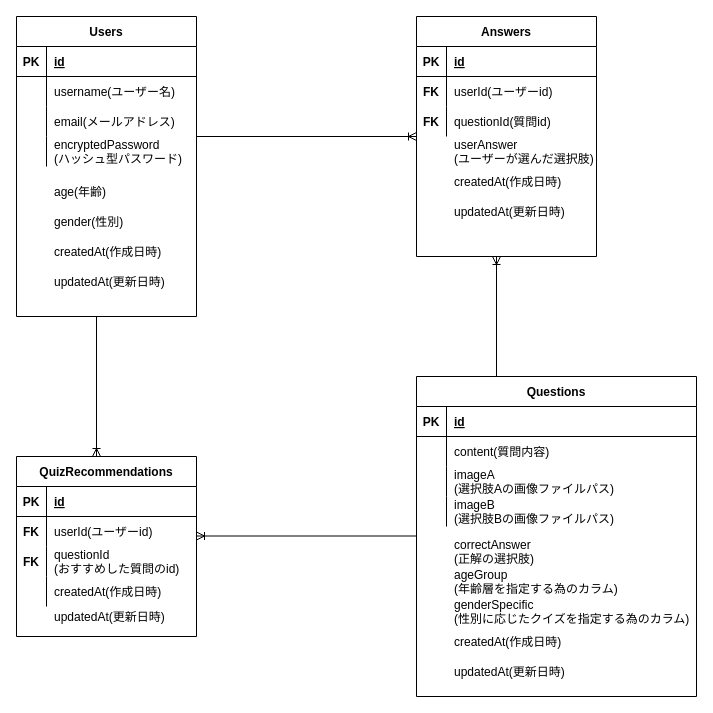
Before: ER図(本リリース版).drawio in jannah-n/graduation_exam, a draw.io diagram. Source tidied: cells renumbered, new cells numbered last; positions are measured from the earlier drawing's top-left corner, leaving out a move shared by most shapes. Both pictures are drawn from the tidied source at 100%, with x=0, y=0 at pixel (16, 16).
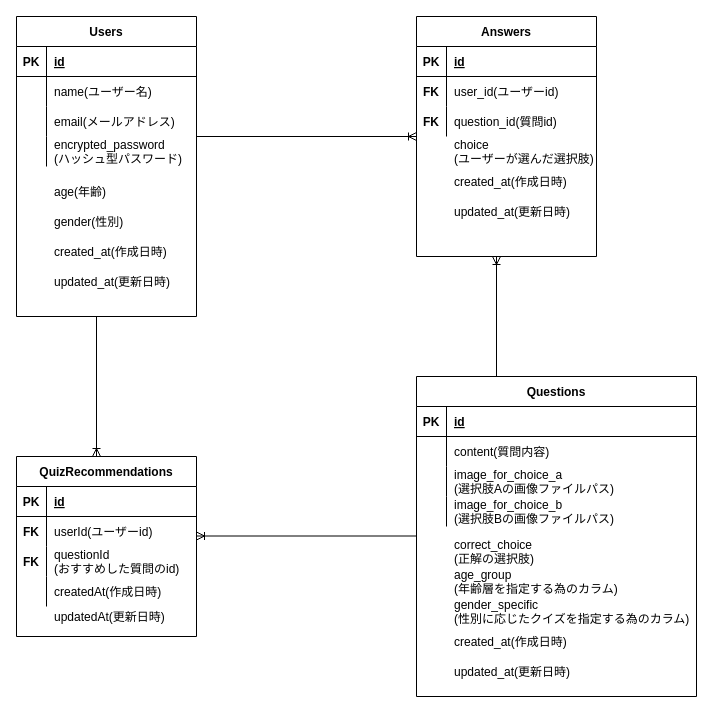
The same page after the edit.

Commit message (it also covers changes not shown here):
"ER図(MVPリリース版&本リリース版)のカラム名をスネークケースに統一" "一部のカラム名をより具体的に意味を表す名称に変更"

The change refers to these unchanged cells:
```xml
<mxCell id="2" style="group;" parent="1" vertex="1">
  <mxGeometry x="400" width="180" height="240" as="geometry" />
</mxCell>
<mxCell id="7" style="shape=tableRow;horizontal=0;startSize=0;swimlaneHead=0;swimlaneBody=0;fillColor=none;top=0;left=0;right=0;bottom=0;" parent="3" vertex="1">
  <mxGeometry y="60" width="180" height="30" as="geometry" />
</mxCell>
<mxCell id="10" style="shape=tableRow;horizontal=0;startSize=0;swimlaneHead=0;swimlaneBody=0;fillColor=none;top=0;left=0;right=0;bottom=0;" parent="3" vertex="1">
  <mxGeometry y="90" width="180" height="30" as="geometry" />
</mxCell>
<mxCell id="18" style="group;" parent="1" vertex="1">
  <mxGeometry width="180" height="300" as="geometry" />
</mxCell>
<mxCell id="23" style="shape=tableRow;horizontal=0;startSize=0;swimlaneHead=0;swimlaneBody=0;fillColor=none;top=0;left=0;right=0;bottom=0;" parent="19" vertex="1">
  <mxGeometry y="60" width="180" height="30" as="geometry" />
</mxCell>
<mxCell id="29" style="shape=tableRow;horizontal=0;startSize=0;swimlaneHead=0;swimlaneBody=0;fillColor=none;top=0;left=0;right=0;bottom=0;" parent="19" vertex="1">
  <mxGeometry y="120" width="180" height="30" as="geometry" />
</mxCell>
<mxCell id="36" style="group;" parent="1" vertex="1">
  <mxGeometry x="400" y="360" width="280" height="320" as="geometry" />
</mxCell>
<mxCell id="44" style="shape=tableRow;horizontal=0;startSize=0;swimlaneHead=0;swimlaneBody=0;fillColor=none;top=0;left=0;right=0;bottom=0;" parent="37" vertex="1">
  <mxGeometry y="90" width="280" height="30" as="geometry" />
</mxCell>
<mxCell id="47" style="shape=tableRow;horizontal=0;startSize=0;swimlaneHead=0;swimlaneBody=0;fillColor=none;top=0;left=0;right=0;bottom=0;" parent="37" vertex="1">
  <mxGeometry y="120" width="280" height="30" as="geometry" />
</mxCell>
```

What changed in the source:
```diff
@@
-    <mxCell id="9" value="userId(ユーザーid)" style="shape=partialRectangle;fillColor=none;top=0;left=0;bottom=0;right=0;align=left;spacingLeft=6;overflow=hidden;" parent="7" vertex="1">
+    <mxCell id="9" value="user_id(ユーザーid)" style="shape=partialRectangle;fillColor=none;top=0;left=0;bottom=0;right=0;align=left;spacingLeft=6;overflow=hidden;" parent="7" vertex="1">
       <mxGeometry x="30" width="150" height="30" as="geometry" />
     </mxCell>
@@
-    <mxCell id="12" value="questionId(質問id)" style="shape=partialRectangle;fillColor=none;top=0;left=0;bottom=0;right=0;align=left;spacingLeft=6;overflow=hidden;" parent="10" vertex="1">
+    <mxCell id="12" value="question_id(質問id)" style="shape=partialRectangle;fillColor=none;top=0;left=0;bottom=0;right=0;align=left;spacingLeft=6;overflow=hidden;" parent="10" vertex="1">
       <mxGeometry x="30" width="150" height="30" as="geometry" />
     </mxCell>
-    <mxCell id="13" value="createdAt(作成日時)" style="shape=partialRectangle;fillColor=none;top=0;left=0;bottom=0;right=0;align=left;spacingLeft=6;overflow=hidden;" parent="2" vertex="1">
+    <mxCell id="13" value="created_at(作成日時)" style="shape=partialRectangle;fillColor=none;top=0;left=0;bottom=0;right=0;align=left;spacingLeft=6;overflow=hidden;" parent="2" vertex="1">
       <mxGeometry x="30" y="150" width="150" height="30" as="geometry" />
     </mxCell>
-    <mxCell id="14" value="updatedAt(更新日時)" style="shape=partialRectangle;fillColor=none;top=0;left=0;bottom=0;right=0;align=left;spacingLeft=6;overflow=hidden;" parent="2" vertex="1">
+    <mxCell id="14" value="updated_at(更新日時)" style="shape=partialRectangle;fillColor=none;top=0;left=0;bottom=0;right=0;align=left;spacingLeft=6;overflow=hidden;" parent="2" vertex="1">
       <mxGeometry x="30" y="180" width="150" height="30" as="geometry" />
     </mxCell>
-    <mxCell id="15" value="userAnswer&#10;(ユーザーが選んだ選択肢)" style="shape=partialRectangle;fillColor=none;top=0;left=0;bottom=0;right=0;align=left;spacingLeft=6;overflow=hidden;" parent="2" vertex="1">
+    <mxCell id="15" value="choice&#10;(ユーザーが選んだ選択肢)" style="shape=partialRectangle;fillColor=none;top=0;left=0;bottom=0;right=0;align=left;spacingLeft=6;overflow=hidden;" parent="2" vertex="1">
       <mxGeometry x="30" y="120" width="150" height="30" as="geometry" />
     </mxCell>
@@
-    <mxCell id="25" value="username(ユーザー名)" style="shape=partialRectangle;fillColor=none;top=0;left=0;bottom=0;right=0;align=left;spacingLeft=6;overflow=hidden;" parent="23" vertex="1">
+    <mxCell id="25" value="name(ユーザー名)" style="shape=partialRectangle;fillColor=none;top=0;left=0;bottom=0;right=0;align=left;spacingLeft=6;overflow=hidden;" parent="23" vertex="1">
       <mxGeometry x="30" width="150" height="30" as="geometry" />
     </mxCell>
@@
-    <mxCell id="31" value="encryptedPassword&#10;(ハッシュ型パスワード)" style="shape=partialRectangle;fillColor=none;top=0;left=0;bottom=0;right=0;align=left;spacingLeft=6;overflow=hidden;" parent="29" vertex="1">
+    <mxCell id="31" value="encrypted_password&#10;(ハッシュ型パスワード)" style="shape=partialRectangle;fillColor=none;top=0;left=0;bottom=0;right=0;align=left;spacingLeft=6;overflow=hidden;" parent="29" vertex="1">
       <mxGeometry x="30" width="150" height="30" as="geometry" />
     </mxCell>
@@
-    <mxCell id="34" value="createdAt(作成日時)" style="shape=partialRectangle;fillColor=none;top=0;left=0;bottom=0;right=0;align=left;spacingLeft=6;overflow=hidden;" parent="18" vertex="1">
+    <mxCell id="34" value="created_at(作成日時)" style="shape=partialRectangle;fillColor=none;top=0;left=0;bottom=0;right=0;align=left;spacingLeft=6;overflow=hidden;" parent="18" vertex="1">
       <mxGeometry x="30" y="220" width="150" height="30" as="geometry" />
     </mxCell>
-    <mxCell id="35" value="updatedAt(更新日時)" style="shape=partialRectangle;fillColor=none;top=0;left=0;bottom=0;right=0;align=left;spacingLeft=6;overflow=hidden;" parent="18" vertex="1">
+    <mxCell id="35" value="updated_at(更新日時)" style="shape=partialRectangle;fillColor=none;top=0;left=0;bottom=0;right=0;align=left;spacingLeft=6;overflow=hidden;" parent="18" vertex="1">
       <mxGeometry x="30" y="250" width="150" height="30" as="geometry" />
     </mxCell>
@@
-    <mxCell id="46" value="imageA&#10;(選択肢Aの画像ファイルパス)" style="shape=partialRectangle;fillColor=none;top=0;left=0;bottom=0;right=0;align=left;spacingLeft=6;overflow=hidden;" parent="44" vertex="1">
+    <mxCell id="46" value="image_for_choice_a&#10;(選択肢Aの画像ファイルパス)" style="shape=partialRectangle;fillColor=none;top=0;left=0;bottom=0;right=0;align=left;spacingLeft=6;overflow=hidden;" parent="44" vertex="1">
       <mxGeometry x="30" width="250" height="30" as="geometry" />
     </mxCell>
@@
-    <mxCell id="49" value="imageB&#10;(選択肢Bの画像ファイルパス)" style="shape=partialRectangle;fillColor=none;top=0;left=0;bottom=0;right=0;align=left;spacingLeft=6;overflow=hidden;" parent="47" vertex="1">
+    <mxCell id="49" value="image_for_choice_b&#10;(選択肢Bの画像ファイルパス)" style="shape=partialRectangle;fillColor=none;top=0;left=0;bottom=0;right=0;align=left;spacingLeft=6;overflow=hidden;" parent="47" vertex="1">
       <mxGeometry x="30" width="250" height="30" as="geometry" />
     </mxCell>
-    <mxCell id="50" value="createdAt(作成日時)" style="shape=partialRectangle;fillColor=none;top=0;left=0;bottom=0;right=0;align=left;spacingLeft=6;overflow=hidden;" parent="36" vertex="1">
+    <mxCell id="50" value="created_at(作成日時)" style="shape=partialRectangle;fillColor=none;top=0;left=0;bottom=0;right=0;align=left;spacingLeft=6;overflow=hidden;" parent="36" vertex="1">
       <mxGeometry x="30" y="250" width="170" height="30" as="geometry" />
     </mxCell>
-    <mxCell id="51" value="updatedAt(更新日時)" style="shape=partialRectangle;fillColor=none;top=0;left=0;bottom=0;right=0;align=left;spacingLeft=6;overflow=hidden;" parent="36" vertex="1">
+    <mxCell id="51" value="updated_at(更新日時)" style="shape=partialRectangle;fillColor=none;top=0;left=0;bottom=0;right=0;align=left;spacingLeft=6;overflow=hidden;" parent="36" vertex="1">
       <mxGeometry x="30" y="280" width="170" height="30" as="geometry" />
     </mxCell>
-    <mxCell id="52" value="correctAnswer&#10;(正解の選択肢)" style="shape=partialRectangle;fillColor=none;top=0;left=0;bottom=0;right=0;align=left;spacingLeft=6;overflow=hidden;" parent="36" vertex="1">
+    <mxCell id="52" value="correct_choice&#10;(正解の選択肢)" style="shape=partialRectangle;fillColor=none;top=0;left=0;bottom=0;right=0;align=left;spacingLeft=6;overflow=hidden;" parent="36" vertex="1">
       <mxGeometry x="30" y="160" width="170" height="30" as="geometry" />
     </mxCell>
-    <mxCell id="53" value="ageGroup&#10;(年齢層を指定する為のカラム)" style="shape=partialRectangle;fillColor=none;top=0;left=0;bottom=0;right=0;align=left;spacingLeft=6;overflow=hidden;" parent="36" vertex="1">
+    <mxCell id="53" value="age_group&#10;(年齢層を指定する為のカラム)" style="shape=partialRectangle;fillColor=none;top=0;left=0;bottom=0;right=0;align=left;spacingLeft=6;overflow=hidden;" parent="36" vertex="1">
       <mxGeometry x="30" y="190" width="180" height="30" as="geometry" />
     </mxCell>
-    <mxCell id="54" value="genderSpecific&#10;(性別に応じたクイズを指定する為のカラム)" style="shape=partialRectangle;fillColor=none;top=0;left=0;bottom=0;right=0;align=left;spacingLeft=6;overflow=hidden;" parent="36" vertex="1">
+    <mxCell id="54" value="gender_specific&#10;(性別に応じたクイズを指定する為のカラム)" style="shape=partialRectangle;fillColor=none;top=0;left=0;bottom=0;right=0;align=left;spacingLeft=6;overflow=hidden;" parent="36" vertex="1">
       <mxGeometry x="30" y="220" width="250" height="30" as="geometry" />
     </mxCell>
```
